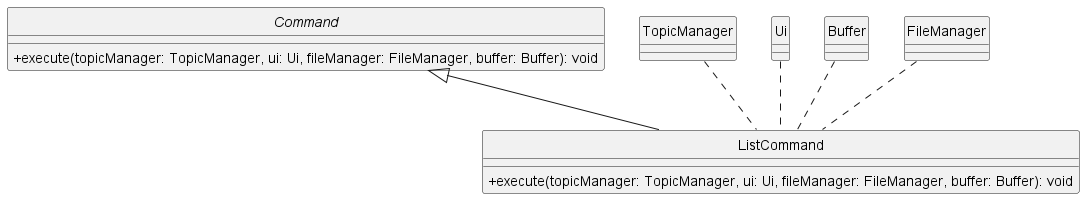
ong-ck/tp keeps this PlantUML diagram as docs/class-diagrams/diagrams/ListClass.png. Above is the earlier version.
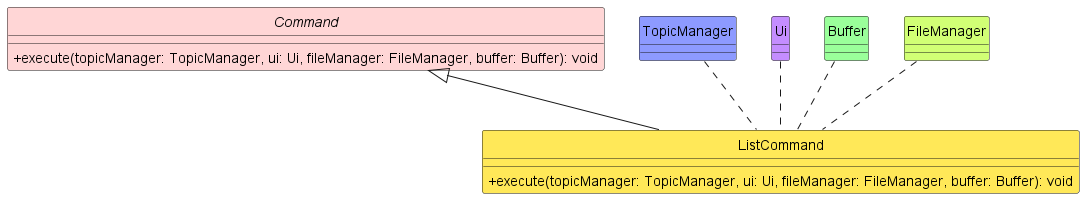
After the commit.

Change to the diagram source:
```diff
@@ -1,25 +1,26 @@
 @startuml
+!include ../../style.iuml
 skinparam classAttributeIconSize 0
 hide circle
 
-abstract class Command {
+abstract class Command Command_STYLE{
     +execute(topicManager: TopicManager, ui: Ui, fileManager: FileManager, buffer: Buffer): void
 }
 
-class ListCommand {
+class ListCommand ListCommand_STYLE{
     +execute(topicManager: TopicManager, ui: Ui, fileManager: FileManager, buffer: Buffer): void
 }
 
-class TopicManager {
+class TopicManager TopicManager_STYLE{
 }
 
-class Ui {
+class Ui Ui_STYLE{
 }
 
-class Buffer {
+class Buffer Buffer_STYLE{
 }
 
-class FileManager {
+class FileManager FileManager_STYLE{
 }
 
 Command <|-- ListCommand
```
